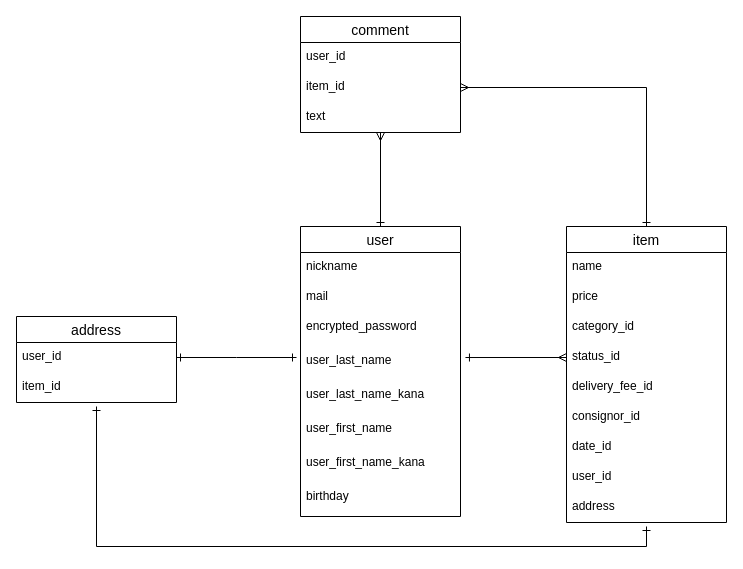
Above: test.dio in 816u/furima_28627_id (draw.io), before the change. Source tidied: cells renumbered, new cells numbered last; positions are measured from the earlier drawing's top-left corner, leaving out a move shared by most shapes. Both pictures are drawn from the tidied source at 100%, with x=0, y=0 at pixel (16, 16).
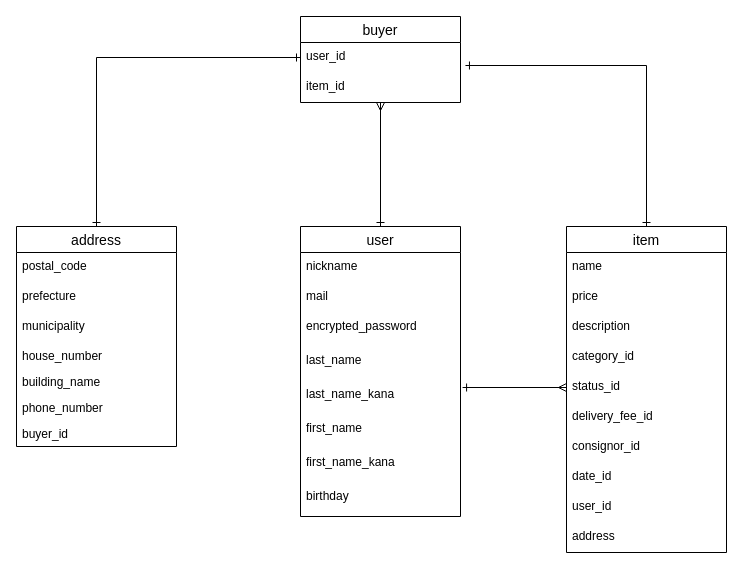
The same page after the edit.

Unchanged cells that the change refers to:
```xml
<mxCell id="2" value="user" style="swimlane;fontStyle=0;horizontal=1;startSize=26;align=center;fontSize=14;" parent="1" vertex="1">
  <mxGeometry x="284" y="210" width="160" height="290" as="geometry" />
</mxCell>
<mxCell id="27" value="user_id" style="text;strokeColor=none;fillColor=none;spacingLeft=4;spacingRight=4;overflow=hidden;points=[[0,0.5],[1,0.5]];portConstraint=eastwest;fontSize=12;" parent="26" vertex="1">
  <mxGeometry y="26" width="160" height="30" as="geometry" />
</mxCell>
<mxCell id="28" value="item_id" style="text;strokeColor=none;fillColor=none;spacingLeft=4;spacingRight=4;overflow=hidden;points=[[0,0.5],[1,0.5]];portConstraint=eastwest;fontSize=12;" parent="26" vertex="1">
  <mxGeometry y="56" width="160" height="30" as="geometry" />
</mxCell>
```

Change to the diagram source:
```diff
@@
-    <mxCell id="6" value="user_last_name" style="text;strokeColor=none;fillColor=none;spacingLeft=4;spacingRight=4;overflow=hidden;points=[[0,0.5],[1,0.5]];portConstraint=eastwest;fontSize=12;" parent="2" vertex="1">
+    <mxCell id="6" value="last_name" style="text;strokeColor=none;fillColor=none;spacingLeft=4;spacingRight=4;overflow=hidden;points=[[0,0.5],[1,0.5]];portConstraint=eastwest;fontSize=12;" parent="2" vertex="1">
       <mxGeometry y="120" width="160" height="34" as="geometry" />
     </mxCell>
-    <mxCell id="7" value="user_last_name_kana" style="text;strokeColor=none;fillColor=none;spacingLeft=4;spacingRight=4;overflow=hidden;points=[[0,0.5],[1,0.5]];portConstraint=eastwest;fontSize=12;" parent="2" vertex="1">
+    <mxCell id="7" value="last_name_kana" style="text;strokeColor=none;fillColor=none;spacingLeft=4;spacingRight=4;overflow=hidden;points=[[0,0.5],[1,0.5]];portConstraint=eastwest;fontSize=12;" parent="2" vertex="1">
       <mxGeometry y="154" width="160" height="34" as="geometry" />
     </mxCell>
-    <mxCell id="8" value="user_first_name" style="text;strokeColor=none;fillColor=none;spacingLeft=4;spacingRight=4;overflow=hidden;fontSize=12;" parent="2" vertex="1">
+    <mxCell id="8" value="first_name" style="text;strokeColor=none;fillColor=none;spacingLeft=4;spacingRight=4;overflow=hidden;fontSize=12;" parent="2" vertex="1">
       <mxGeometry y="188" width="160" height="34" as="geometry" />
     </mxCell>
-    <mxCell id="9" value="user_first_name_kana" style="text;strokeColor=none;fillColor=none;spacingLeft=4;spacingRight=4;overflow=hidden;fontSize=12;" parent="2" vertex="1">
+    <mxCell id="9" value="first_name_kana" style="text;strokeColor=none;fillColor=none;spacingLeft=4;spacingRight=4;overflow=hidden;fontSize=12;" parent="2" vertex="1">
       <mxGeometry y="222" width="160" height="34" as="geometry" />
     </mxCell>
@@
+    <mxCell id="33" style="edgeStyle=orthogonalEdgeStyle;rounded=0;jettySize=auto;html=1;entryX=1.031;entryY=0.767;entryDx=0;entryDy=0;entryPerimeter=0;startArrow=ERone;startFill=0;endArrow=ERone;endFill=0;" parent="1" edge="1" source="11" target="27">
+      <mxGeometry relative="1" as="geometry" />
+    </mxCell>
     <mxCell id="11" value="item" style="swimlane;fontStyle=0;horizontal=1;startSize=26;align=center;fontSize=14;" parent="1" vertex="1">
-      <mxGeometry x="550" y="210" width="160" height="296" as="geometry" />
+      <mxGeometry x="550" y="210" width="160" height="326" as="geometry" />
     </mxCell>
@@
+    <mxCell id="34" value="description" style="text;strokeColor=none;fillColor=none;spacingLeft=4;spacingRight=4;overflow=hidden;fontSize=12;" parent="11" vertex="1">
+      <mxGeometry y="86" width="160" height="30" as="geometry" />
+    </mxCell>
     <mxCell id="14" value="category_id" style="text;strokeColor=none;fillColor=none;spacingLeft=4;spacingRight=4;overflow=hidden;fontSize=12;" parent="11" vertex="1">
-      <mxGeometry y="86" width="160" height="30" as="geometry" />
+      <mxGeometry y="116" width="160" height="30" as="geometry" />
     </mxCell>
     <mxCell id="15" value="status_id" style="text;strokeColor=none;fillColor=none;spacingLeft=4;spacingRight=4;overflow=hidden;points=[[0,0.5],[1,0.5]];portConstraint=eastwest;fontSize=12;" parent="11" vertex="1">
-      <mxGeometry y="116" width="160" height="30" as="geometry" />
+      <mxGeometry y="146" width="160" height="30" as="geometry" />
     </mxCell>
     <mxCell id="16" value="delivery_fee_id" style="text;strokeColor=none;fillColor=none;spacingLeft=4;spacingRight=4;overflow=hidden;fontSize=12;" parent="11" vertex="1">
-      <mxGeometry y="146" width="160" height="30" as="geometry" />
+      <mxGeometry y="176" width="160" height="30" as="geometry" />
     </mxCell>
     <mxCell id="17" value="consignor_id" style="text;strokeColor=none;fillColor=none;spacingLeft=4;spacingRight=4;overflow=hidden;fontSize=12;" parent="11" vertex="1">
-      <mxGeometry y="176" width="160" height="30" as="geometry" />
+      <mxGeometry y="206" width="160" height="30" as="geometry" />
     </mxCell>
     <mxCell id="18" value="date_id" style="text;strokeColor=none;fillColor=none;spacingLeft=4;spacingRight=4;overflow=hidden;fontSize=12;" parent="11" vertex="1">
-      <mxGeometry y="206" width="160" height="30" as="geometry" />
+      <mxGeometry y="236" width="160" height="30" as="geometry" />
     </mxCell>
     <mxCell id="19" value="user_id&#10;" style="text;strokeColor=none;fillColor=none;spacingLeft=4;spacingRight=4;overflow=hidden;fontSize=12;" parent="11" vertex="1">
-      <mxGeometry y="236" width="160" height="30" as="geometry" />
+      <mxGeometry y="266" width="160" height="30" as="geometry" />
     </mxCell>
     <mxCell id="20" value="address" style="text;strokeColor=none;fillColor=none;spacingLeft=4;spacingRight=4;overflow=hidden;fontSize=12;" parent="11" vertex="1">
-      <mxGeometry y="266" width="160" height="30" as="geometry" />
+      <mxGeometry y="296" width="160" height="30" as="geometry" />
     </mxCell>
-    <mxCell id="21" style="edgeStyle=orthogonalEdgeStyle;rounded=0;orthogonalLoop=1;jettySize=auto;html=1;startArrow=ERone;startFill=0;endArrow=ERone;endFill=0;" parent="1" edge="1">
-      <mxGeometry relative="1" as="geometry">
-        <mxPoint x="80" y="390" as="sourcePoint" />
-        <mxPoint x="630" y="510" as="targetPoint" />
-        <Array as="points">
-          <mxPoint x="80" y="530" />
-          <mxPoint x="630" y="530" />
-        </Array>
-      </mxGeometry>
-    </mxCell>
+    <mxCell id="35" style="edgeStyle=orthogonalEdgeStyle;rounded=0;jettySize=auto;html=1;entryX=0;entryY=0.5;entryDx=0;entryDy=0;startArrow=ERone;startFill=0;endArrow=ERone;endFill=0;" parent="1" edge="1" source="22" target="27">
+      <mxGeometry relative="1" as="geometry" />
+    </mxCell>
     <mxCell id="22" value="address" style="swimlane;fontStyle=0;horizontal=1;startSize=26;align=center;fontSize=14;" parent="1" vertex="1">
-      <mxGeometry y="300" width="160" height="86" as="geometry" />
+      <mxGeometry y="210" width="160" height="220" as="geometry" />
     </mxCell>
-    <mxCell id="23" value="user_id" style="text;strokeColor=none;fillColor=none;spacingLeft=4;spacingRight=4;overflow=hidden;points=[[0,0.5],[1,0.5]];portConstraint=eastwest;fontSize=12;" parent="22" vertex="1">
+    <mxCell id="23" value="postal_code" style="text;strokeColor=none;fillColor=none;spacingLeft=4;spacingRight=4;overflow=hidden;points=[[0,0.5],[1,0.5]];portConstraint=eastwest;fontSize=12;" parent="22" vertex="1">
       <mxGeometry y="26" width="160" height="30" as="geometry" />
     </mxCell>
-    <mxCell id="24" value="item_id" style="text;strokeColor=none;fillColor=none;spacingLeft=4;spacingRight=4;overflow=hidden;fontSize=12;" parent="22" vertex="1">
+    <mxCell id="24" value="prefecture" style="text;strokeColor=none;fillColor=none;spacingLeft=4;spacingRight=4;overflow=hidden;fontSize=12;" parent="22" vertex="1">
       <mxGeometry y="56" width="160" height="30" as="geometry" />
     </mxCell>
+    <mxCell id="36" value="municipality" style="text;strokeColor=none;fillColor=none;spacingLeft=4;spacingRight=4;overflow=hidden;fontSize=12;" parent="22" vertex="1">
+      <mxGeometry y="86" width="160" height="30" as="geometry" />
+    </mxCell>
+    <mxCell id="37" value="house_number" style="text;strokeColor=none;fillColor=none;spacingLeft=4;spacingRight=4;overflow=hidden;fontSize=12;" parent="22" vertex="1">
+      <mxGeometry y="116" width="160" height="26" as="geometry" />
+    </mxCell>
+    <mxCell id="38" value="building_name" style="text;strokeColor=none;fillColor=none;spacingLeft=4;spacingRight=4;overflow=hidden;fontSize=12;" parent="22" vertex="1">
+      <mxGeometry y="142" width="160" height="26" as="geometry" />
+    </mxCell>
+    <mxCell id="39" value="phone_number" style="text;strokeColor=none;fillColor=none;spacingLeft=4;spacingRight=4;overflow=hidden;fontSize=12;" parent="22" vertex="1">
+      <mxGeometry y="168" width="160" height="26" as="geometry" />
+    </mxCell>
+    <mxCell id="40" value="buyer_id" style="text;strokeColor=none;fillColor=none;spacingLeft=4;spacingRight=4;overflow=hidden;fontSize=12;" parent="22" vertex="1">
+      <mxGeometry y="194" width="160" height="26" as="geometry" />
+    </mxCell>
@@
-    <mxCell id="26" value="comment" style="swimlane;fontStyle=0;horizontal=1;startSize=26;align=center;fontSize=14;" parent="1" vertex="1">
-      <mxGeometry x="284" width="160" height="116" as="geometry" />
+    <mxCell id="26" value="buyer" style="swimlane;fontStyle=0;horizontal=1;startSize=26;align=center;fontSize=14;" parent="1" vertex="1">
+      <mxGeometry x="284" width="160" height="86" as="geometry" />
     </mxCell>
@@
-    <mxCell id="29" value="text" style="text;strokeColor=none;fillColor=none;spacingLeft=4;spacingRight=4;overflow=hidden;fontSize=12;" parent="26" vertex="1">
-      <mxGeometry y="86" width="160" height="30" as="geometry" />
-    </mxCell>
-    <mxCell id="30" style="edgeStyle=orthogonalEdgeStyle;rounded=0;jettySize=auto;html=1;exitX=1;exitY=0.5;exitDx=0;exitDy=0;entryX=0.5;entryY=0;entryDx=0;entryDy=0;startArrow=ERmany;startFill=0;endArrow=ERone;endFill=0;" parent="1" edge="1" source="28" target="11">
-      <mxGeometry relative="1" as="geometry" />
-    </mxCell>
-    <mxCell id="31" style="edgeStyle=orthogonalEdgeStyle;rounded=0;jettySize=auto;html=1;exitX=1;exitY=0.5;exitDx=0;exitDy=0;startArrow=ERone;startFill=0;endArrow=ERone;endFill=0;" parent="1" edge="1" source="23">
-      <mxGeometry relative="1" as="geometry">
-        <mxPoint x="280" y="341" as="targetPoint" />
-      </mxGeometry>
-    </mxCell>
-    <mxCell id="32" style="edgeStyle=orthogonalEdgeStyle;rounded=0;jettySize=auto;html=1;exitX=0;exitY=0.5;exitDx=0;exitDy=0;entryX=1.031;entryY=0.324;entryDx=0;entryDy=0;entryPerimeter=0;startArrow=ERmany;startFill=0;endArrow=ERone;endFill=0;" parent="1" edge="1" source="15" target="6">
-      <mxGeometry relative="1" as="geometry" />
-    </mxCell>
+    <mxCell id="41" style="edgeStyle=orthogonalEdgeStyle;rounded=0;jettySize=auto;html=1;entryX=1.013;entryY=0.206;entryDx=0;entryDy=0;entryPerimeter=0;startArrow=ERmany;startFill=0;endArrow=ERone;endFill=0;" parent="1" edge="1" source="15" target="7">
+      <mxGeometry relative="1" as="geometry" />
+    </mxCell>
```
